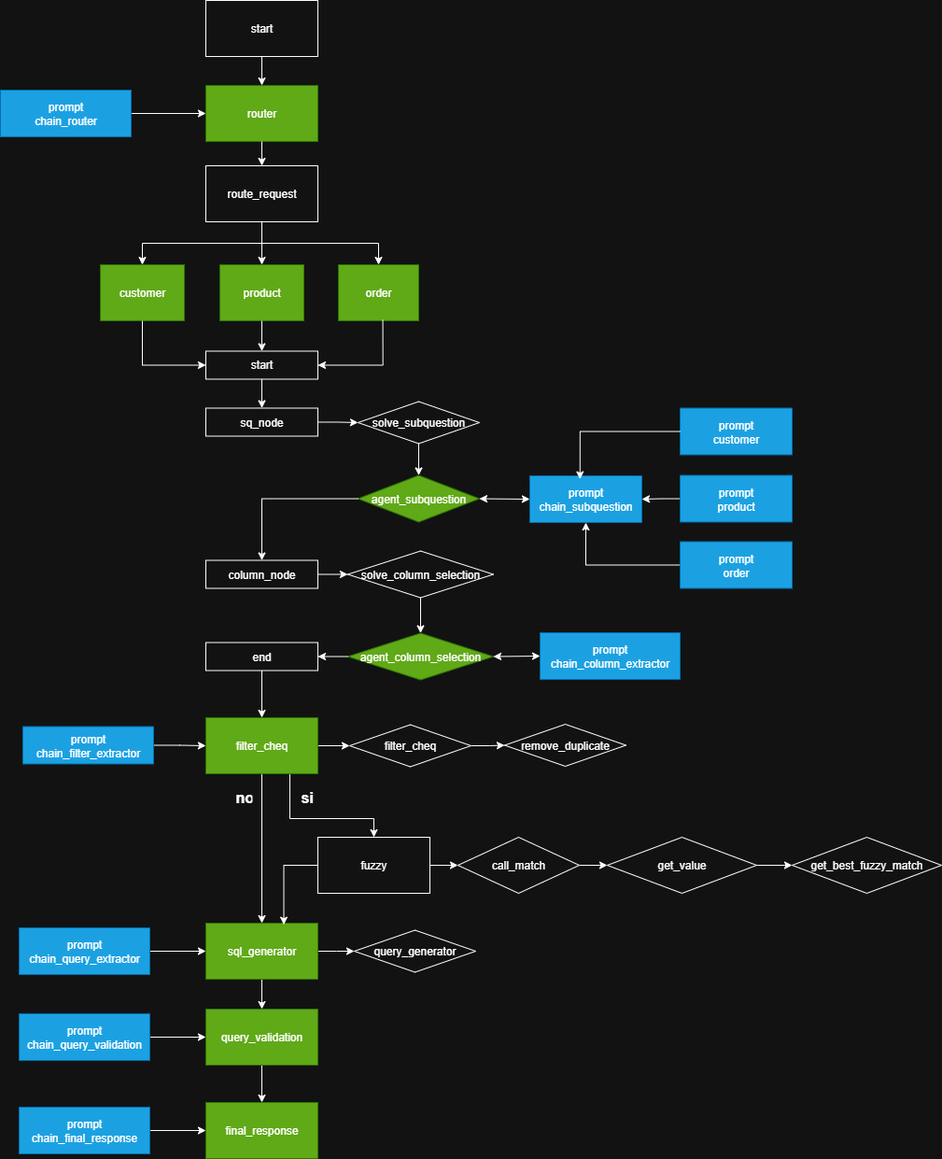
Earlier version of the draw.io export docs/Diagram.png (jpalianak/PLNIII-TpFinal). Source tidied: cells renumbered, new cells last; positions are measured from the earlier drawing's top-left corner, leaving out a move shared by most shapes.
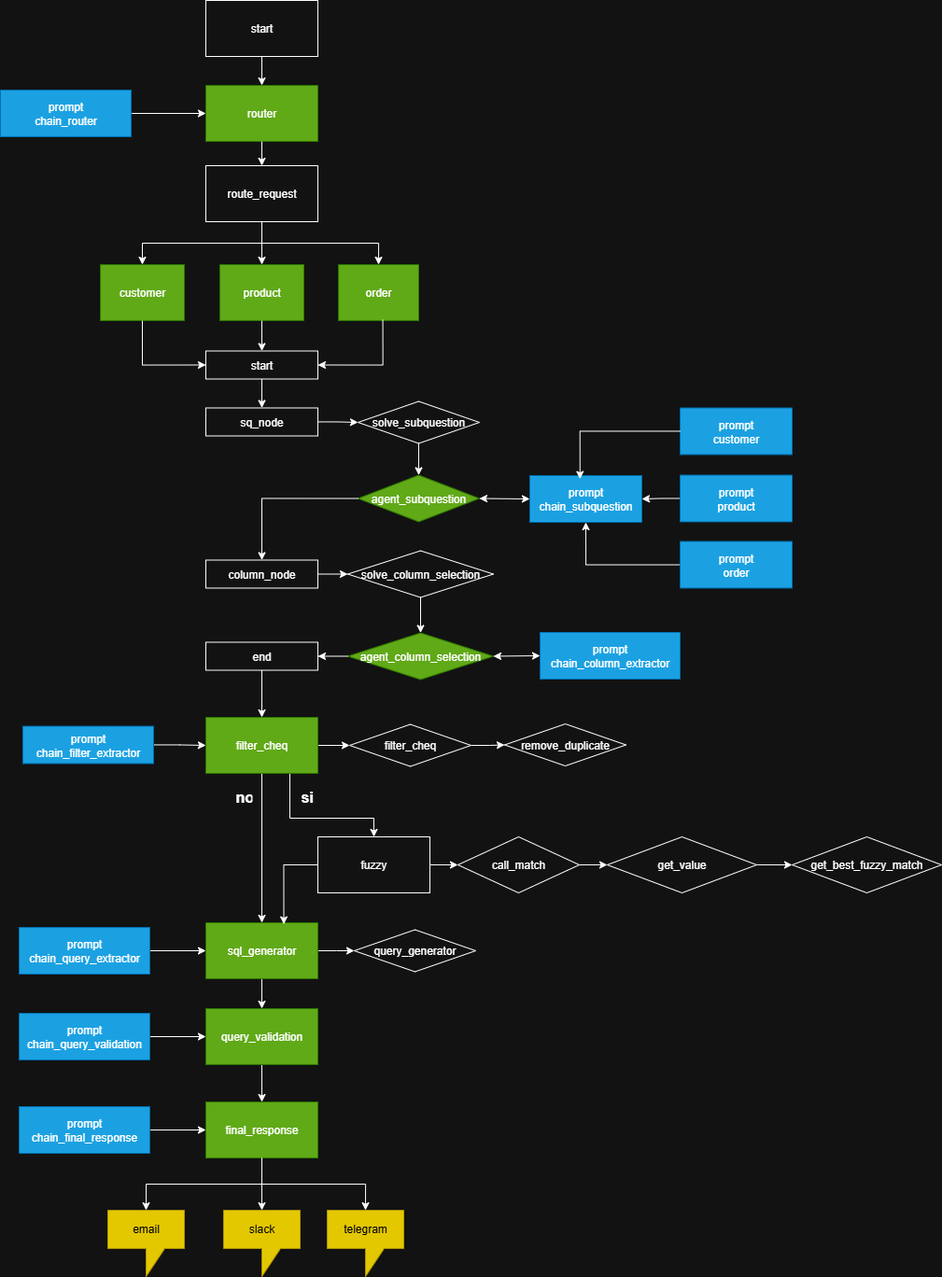
Later version of the same file.

Change to the diagram source:
```diff
@@ -229,5 +229,23 @@
     <mxCell id="75" value="prompt&lt;div&gt;chain_final_response&lt;/div&gt;" style="rounded=0;whiteSpace=wrap;html=1;fillColor=#1ba1e2;fontColor=#ffffff;strokeColor=#006EAF;" parent="1" vertex="1">
       <mxGeometry x="20" y="1185" width="140" height="50" as="geometry" />
     </mxCell>
+    <mxCell id="76" value="email" style="shape=callout;whiteSpace=wrap;html=1;perimeter=calloutPerimeter;fillColor=#e3c800;fontColor=#000000;strokeColor=#B09500;" parent="1" vertex="1">
+      <mxGeometry x="115" y="1296" width="82" height="71" as="geometry" />
+    </mxCell>
+    <mxCell id="77" value="slack" style="shape=callout;whiteSpace=wrap;html=1;perimeter=calloutPerimeter;fillColor=#e3c800;fontColor=#000000;strokeColor=#B09500;" parent="1" vertex="1">
+      <mxGeometry x="239" y="1296" width="82" height="71" as="geometry" />
+    </mxCell>
+    <mxCell id="78" value="telegram" style="shape=callout;whiteSpace=wrap;html=1;perimeter=calloutPerimeter;fillColor=#e3c800;fontColor=#000000;strokeColor=#B09500;" parent="1" vertex="1">
+      <mxGeometry x="350" y="1296" width="82" height="71" as="geometry" />
+    </mxCell>
+    <mxCell id="79" style="edgeStyle=orthogonalEdgeStyle;rounded=0;jettySize=auto;html=1;entryX=0.5;entryY=0;entryDx=0;entryDy=0;entryPerimeter=0;" parent="1" edge="1" source="52" target="77">
+      <mxGeometry relative="1" as="geometry" />
+    </mxCell>
+    <mxCell id="80" style="edgeStyle=orthogonalEdgeStyle;rounded=0;jettySize=auto;html=1;entryX=0.5;entryY=0;entryDx=0;entryDy=0;entryPerimeter=0;exitX=0.5;exitY=1;exitDx=0;exitDy=0;" parent="1" edge="1" source="52" target="76">
+      <mxGeometry relative="1" as="geometry" />
+    </mxCell>
+    <mxCell id="81" style="edgeStyle=orthogonalEdgeStyle;rounded=0;jettySize=auto;html=1;entryX=0.5;entryY=0;entryDx=0;entryDy=0;entryPerimeter=0;exitX=0.5;exitY=1;exitDx=0;exitDy=0;" parent="1" edge="1" source="52" target="78">
+      <mxGeometry relative="1" as="geometry" />
+    </mxCell>
   </root>
 </mxGraphModel>
```
